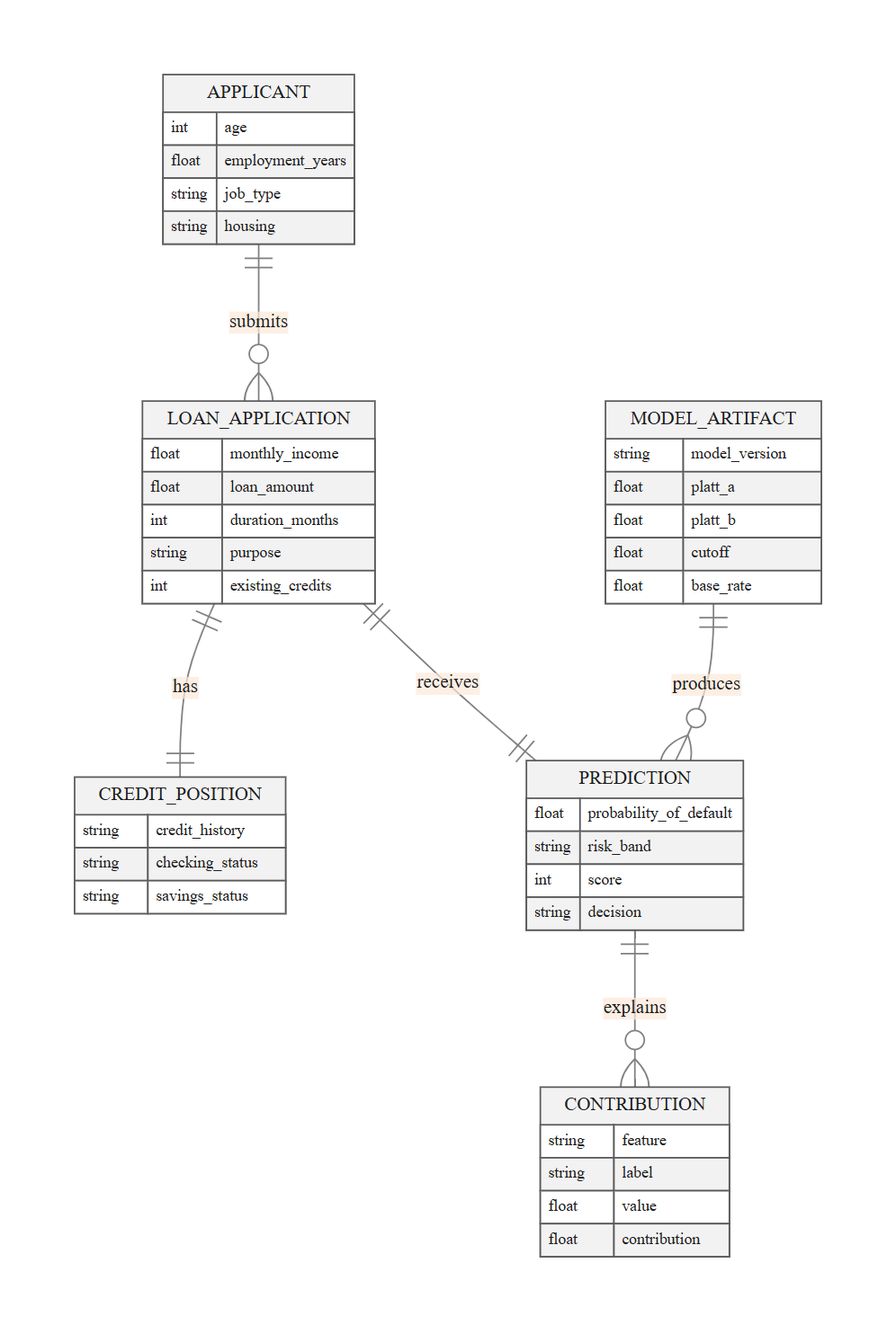
The Mermaid diagram report/assets/figures/fig-3-3-erd.png in gursimrannkaurr/credoscore, before a commit. Its source is kept beside it as report/diagrams/fig-3-3-erd.mmd.
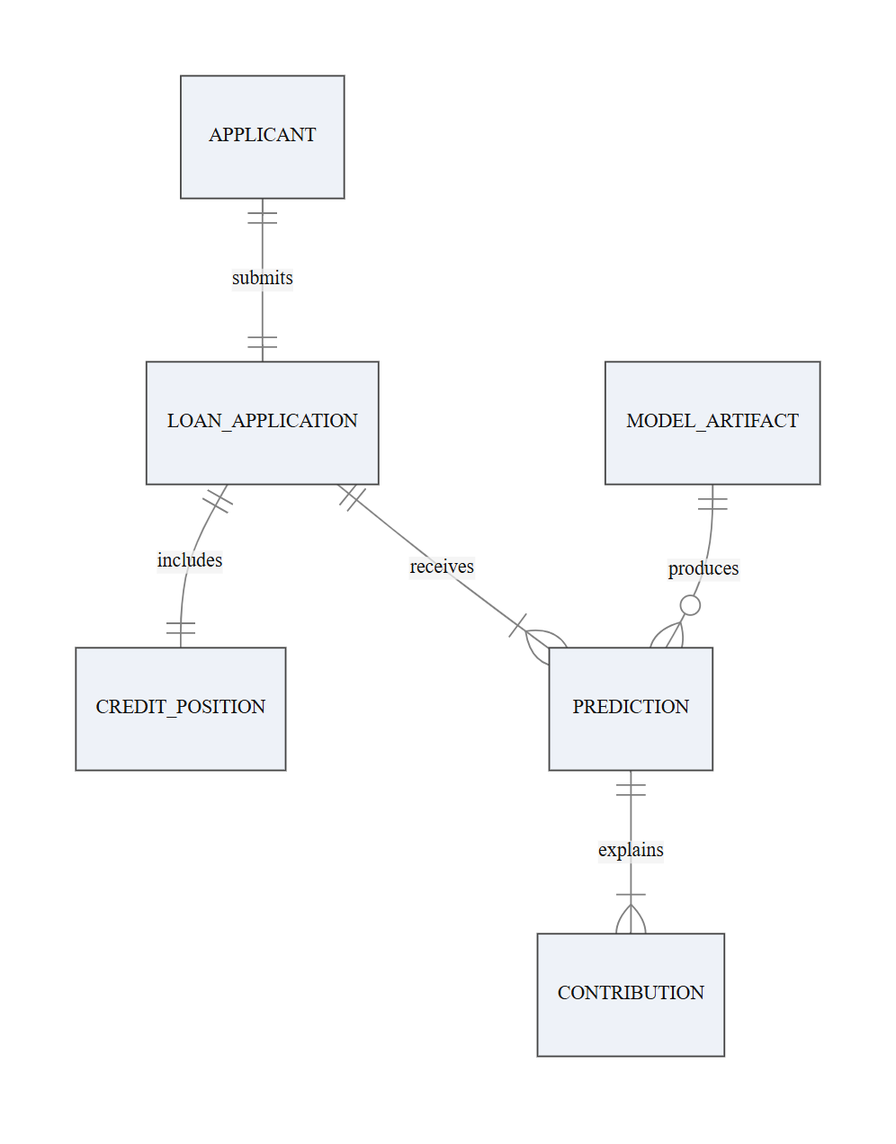
Later version of the same file.

What changed in the source:
```diff
@@ -1,49 +1,6 @@
 erDiagram
-    APPLICANT ||--o{ LOAN_APPLICATION : submits
-    LOAN_APPLICATION ||--|| CREDIT_POSITION : has
-    LOAN_APPLICATION ||--|| PREDICTION : receives
-    MODEL_ARTIFACT ||--o{ PREDICTION : produces
-    PREDICTION ||--o{ CONTRIBUTION : explains
-
-    APPLICANT {
-        int age
-        float employment_years
-        string job_type
-        string housing
-    }
-
-    LOAN_APPLICATION {
-        float monthly_income
-        float loan_amount
-        int duration_months
-        string purpose
-        int existing_credits
-    }
-
-    CREDIT_POSITION {
-        string credit_history
-        string checking_status
-        string savings_status
-    }
-
-    MODEL_ARTIFACT {
-        string model_version
-        float platt_a
-        float platt_b
-        float cutoff
-        float base_rate
-    }
-
-    PREDICTION {
-        float probability_of_default
-        string risk_band
-        int score
-        string decision
-    }
-
-    CONTRIBUTION {
-        string feature
-        string label
-        float value
-        float contribution
-    }
+ APPLICANT ||--|| LOAN_APPLICATION : submits
+ LOAN_APPLICATION ||--|| CREDIT_POSITION : includes
+ LOAN_APPLICATION ||--|{ PREDICTION : receives
+ MODEL_ARTIFACT ||--o{ PREDICTION : produces
+ PREDICTION ||--|{ CONTRIBUTION : explains
```
